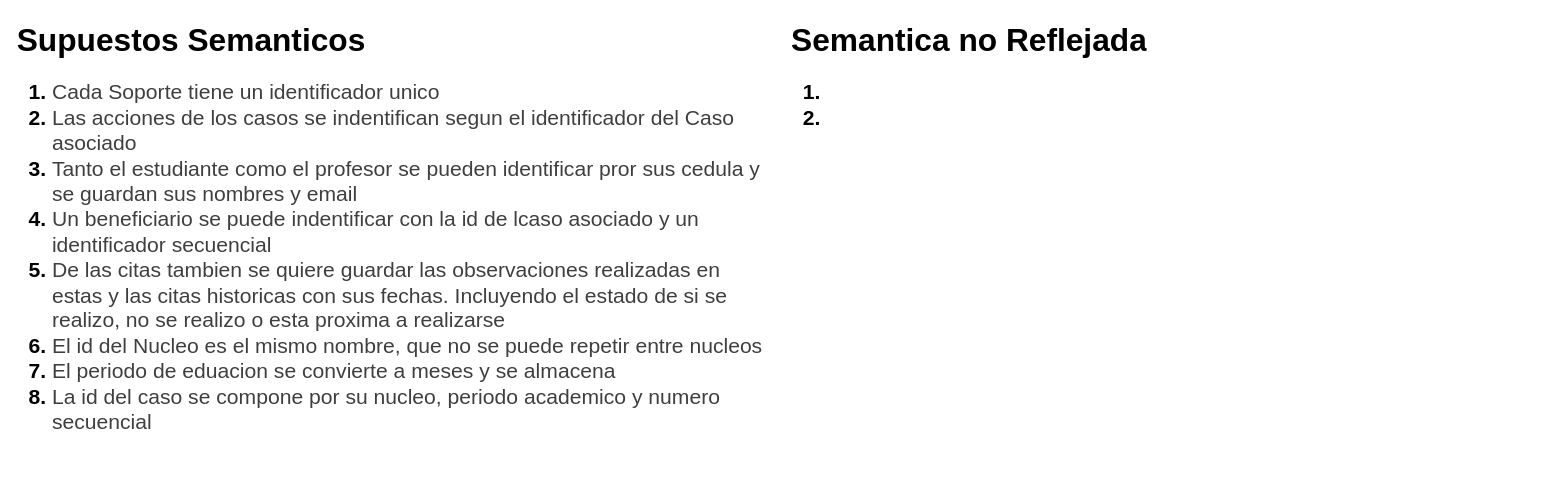
The draw.io diagram page "Supuestos" (2 of 2) of doc/diagramaConceptual.drawio in DanielCarrenoMar/ClinicaJuridica-UCAB, before the edit. Source tidied: cells renumbered, new cells numbered last; positions are measured from the earlier drawing's top-left corner, leaving out a move shared by most shapes. Both pictures are drawn from the tidied source at 88%, with x=0, y=0 at pixel (15, 15).
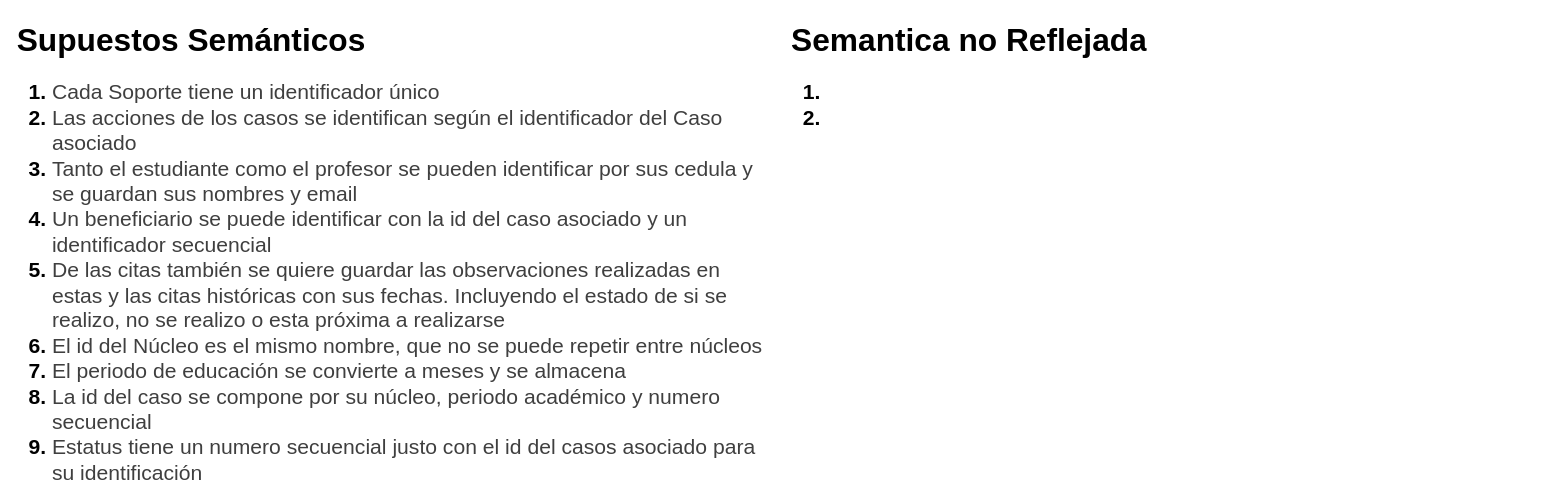
After the change.

Commit message (it also covers changes not shown here):
feat (diagrama Concep): entidad Estatus y correcciones ortograficas

What changed in the source:
```diff
@@
 <mxGraphModel>
   <root>
     <mxCell id="0" />
     <mxCell id="1" parent="0" />
-    <mxCell id="2" value="&lt;h1 style=&quot;margin-top: 0px;&quot;&gt;&lt;font style=&quot;font-size: 36px;&quot;&gt;Supuestos Semanticos&lt;/font&gt;&lt;/h1&gt;&lt;h1 style=&quot;margin-top: 0px;&quot;&gt;&lt;ol&gt;&lt;li&gt;&lt;span style=&quot;background-color: transparent; color: rgb(63, 63, 63); font-weight: normal;&quot;&gt;Cada Soporte tiene un identificador unico&lt;/span&gt;&lt;/li&gt;&lt;li&gt;&lt;span style=&quot;background-color: transparent; color: rgb(63, 63, 63); font-weight: normal;&quot;&gt;Las acciones de los casos se indentifican segun el identificador del Caso asociado&lt;/span&gt;&lt;/li&gt;&lt;li&gt;&lt;span style=&quot;background-color: transparent; color: rgb(63, 63, 63); font-weight: normal;&quot;&gt;Tanto el estudiante como el profesor se pueden identificar pror sus cedula y se guardan sus nombres y email&lt;/span&gt;&lt;/li&gt;&lt;li&gt;&lt;span style=&quot;background-color: transparent; color: rgb(63, 63, 63); font-weight: normal;&quot;&gt;Un beneficiario se puede indentificar con la id de lcaso asociado y un identificador secuencial&lt;/span&gt;&lt;/li&gt;&lt;li&gt;&lt;span style=&quot;background-color: transparent; color: rgb(63, 63, 63); font-weight: normal;&quot;&gt;De las citas tambien se quiere guardar las observaciones realizadas en estas y las citas historicas con sus fechas. Incluyendo el estado de si se realizo, no se realizo o esta proxima a realizarse&lt;/span&gt;&lt;/li&gt;&lt;li&gt;&lt;span style=&quot;background-color: transparent; color: rgb(63, 63, 63); font-weight: normal;&quot;&gt;El id del Nucleo es el mismo nombre, que no se puede repetir entre nucleos&lt;/span&gt;&lt;/li&gt;&lt;li&gt;&lt;span style=&quot;background-color: transparent; color: rgb(63, 63, 63); font-weight: normal;&quot;&gt;El periodo de eduacion se convierte a meses y se almacena&lt;/span&gt;&lt;/li&gt;&lt;li&gt;&lt;span style=&quot;background-color: transparent; color: rgb(63, 63, 63); font-weight: normal;&quot;&gt;La id del caso se compone por su nucleo, periodo academico y numero secuencial&lt;/span&gt;&lt;/li&gt;&lt;/ol&gt;&lt;/h1&gt;&lt;p&gt;&lt;/p&gt;" style="text;html=1;whiteSpace=wrap;overflow=hidden;rounded=0;" parent="1" vertex="1">
+    <mxCell id="2" value="&lt;h1 style=&quot;margin-top: 0px;&quot;&gt;&lt;font style=&quot;font-size: 36px;&quot;&gt;Supuestos Semánticos&lt;/font&gt;&lt;/h1&gt;&lt;h1 style=&quot;margin-top: 0px;&quot;&gt;&lt;ol&gt;&lt;li&gt;&lt;span style=&quot;background-color: transparent; color: rgb(63, 63, 63); font-weight: normal;&quot;&gt;Cada Soporte tiene un identificador único&lt;/span&gt;&lt;/li&gt;&lt;li&gt;&lt;span style=&quot;background-color: transparent; color: rgb(63, 63, 63); font-weight: normal;&quot;&gt;Las acciones de los casos se identifican según el identificador del Caso asociado&lt;/span&gt;&lt;/li&gt;&lt;li&gt;&lt;span style=&quot;background-color: transparent; color: rgb(63, 63, 63); font-weight: normal;&quot;&gt;Tanto el estudiante como el profesor se pueden identificar por sus cedula y se guardan sus nombres y email&lt;/span&gt;&lt;/li&gt;&lt;li&gt;&lt;span style=&quot;background-color: transparent; color: rgb(63, 63, 63); font-weight: normal;&quot;&gt;Un beneficiario se puede identificar con la id del caso asociado y un identificador secuencial&lt;/span&gt;&lt;/li&gt;&lt;li&gt;&lt;span style=&quot;background-color: transparent; color: rgb(63, 63, 63); font-weight: normal;&quot;&gt;De las citas también se quiere guardar las observaciones realizadas en estas y las citas históricas con sus fechas. Incluyendo el estado de si se realizo, no se realizo o esta próxima a realizarse&lt;/span&gt;&lt;/li&gt;&lt;li&gt;&lt;span style=&quot;background-color: transparent; color: rgb(63, 63, 63); font-weight: normal;&quot;&gt;El id del Núcleo es el mismo nombre, que no se puede repetir entre núcleos&lt;/span&gt;&lt;/li&gt;&lt;li&gt;&lt;span style=&quot;background-color: transparent; color: rgb(63, 63, 63); font-weight: normal;&quot;&gt;El periodo de educación se convierte a meses y se almacena&lt;/span&gt;&lt;/li&gt;&lt;li&gt;&lt;span style=&quot;background-color: transparent; color: rgb(63, 63, 63); font-weight: normal;&quot;&gt;La id del caso se compone por su núcleo, periodo académico y numero secuencial&lt;/span&gt;&lt;/li&gt;&lt;li&gt;&lt;span style=&quot;background-color: transparent; color: rgb(63, 63, 63); font-weight: normal;&quot;&gt;Estatus tiene un numero secuencial justo con el id del casos asociado para su identificación&lt;/span&gt;&lt;/li&gt;&lt;/ol&gt;&lt;/h1&gt;&lt;p&gt;&lt;/p&gt;" style="text;html=1;whiteSpace=wrap;overflow=hidden;rounded=0;" parent="1" vertex="1">
       <mxGeometry width="850" height="530" as="geometry" />
     </mxCell>
     <mxCell id="3" value="&lt;h1 style=&quot;margin-top: 0px;&quot;&gt;&lt;font style=&quot;font-size: 36px;&quot;&gt;Semantica no Reflejada&lt;/font&gt;&lt;/h1&gt;&lt;h1 style=&quot;margin-top: 0px;&quot;&gt;&lt;ol&gt;&lt;li&gt;&lt;br&gt;&lt;/li&gt;&lt;li&gt;&lt;br&gt;&lt;/li&gt;&lt;/ol&gt;&lt;/h1&gt;&lt;p&gt;&lt;/p&gt;" style="text;html=1;whiteSpace=wrap;overflow=hidden;rounded=0;" parent="1" vertex="1">
       <mxGeometry x="880" width="850" height="530" as="geometry" />
     </mxCell>
   </root>
 </mxGraphModel>
```
